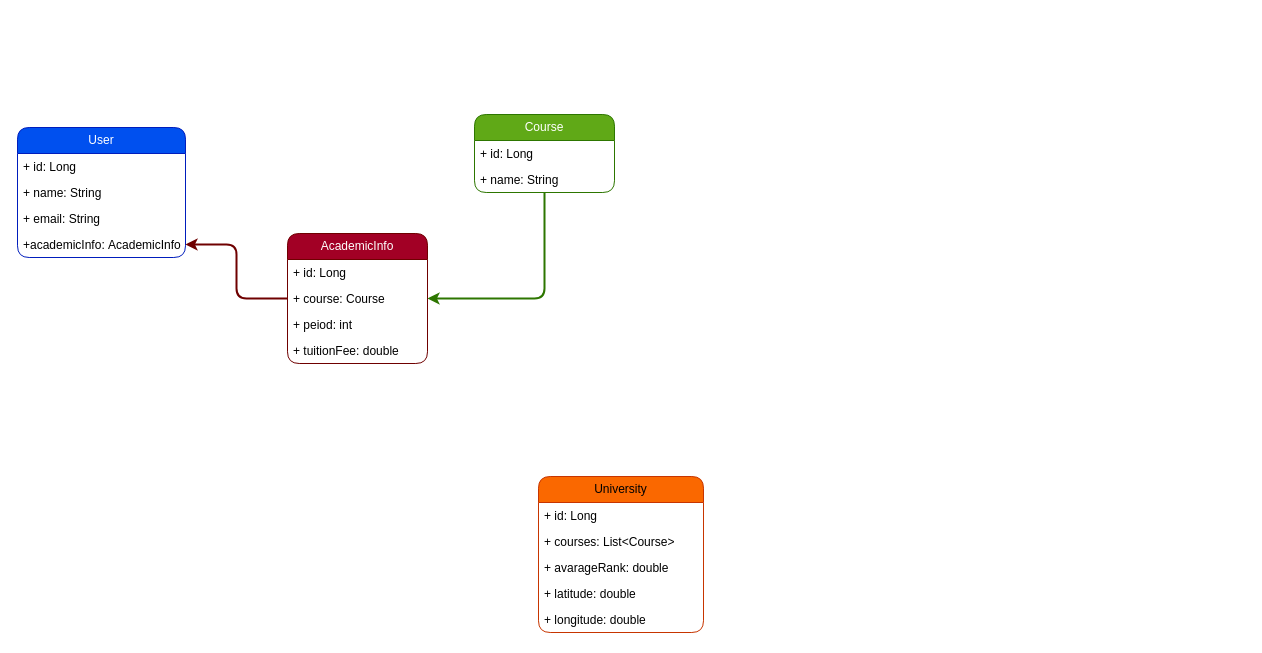
This is EntityDiagram.drawio from RayCoWYDEN/rayco-docs, a draw.io file, before an edit. Source tidied: cells renumbered, new cells numbered last; positions are measured from the earlier drawing's top-left corner, leaving out a move shared by most shapes. Both pictures are drawn from the tidied source at 100%, with x=0, y=0 at pixel (17, 114).
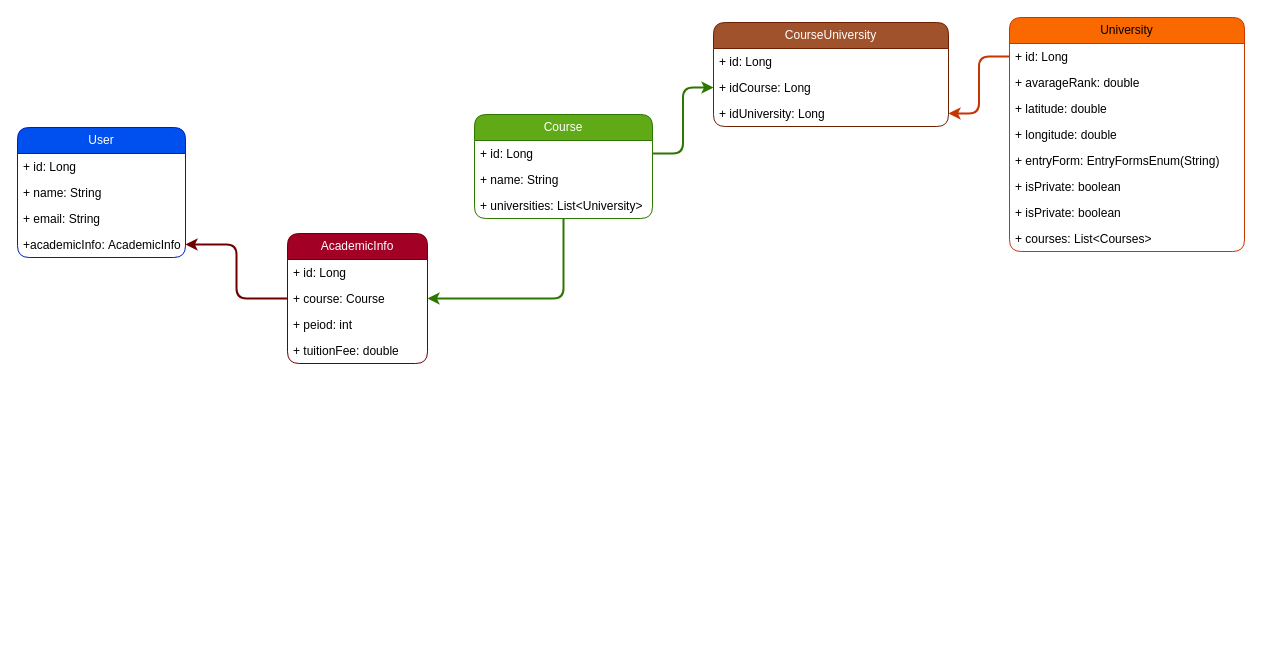
The same diagram, later.

Change to the diagram source:
```diff
@@
     <mxCell id="14" value="Course" style="swimlane;fontStyle=0;horizontal=1;startSize=26;fillColor=#60a917;whiteSpace=wrap;html=1;rounded=1;fontColor=#ffffff;strokeColor=#2D7600;" parent="1" vertex="1">
-      <mxGeometry x="457" width="140" height="78" as="geometry" />
+      <mxGeometry x="457" width="178" height="104" as="geometry" />
     </mxCell>
     <mxCell id="15" value="+ id: Long" style="text;strokeColor=none;fillColor=none;align=left;verticalAlign=top;spacingLeft=4;spacingRight=4;overflow=hidden;points=[[0,0.5],[1,0.5]];portConstraint=eastwest;whiteSpace=wrap;html=1;rounded=1;" parent="14" vertex="1">
-      <mxGeometry y="26" width="140" height="26" as="geometry" />
+      <mxGeometry y="26" width="178" height="26" as="geometry" />
     </mxCell>
     <mxCell id="16" value="+ name: String" style="text;strokeColor=none;fillColor=none;align=left;verticalAlign=top;spacingLeft=4;spacingRight=4;overflow=hidden;whiteSpace=wrap;html=1;rounded=1;" parent="14" vertex="1">
-      <mxGeometry y="52" width="140" height="26" as="geometry" />
+      <mxGeometry y="52" width="178" height="26" as="geometry" />
     </mxCell>
+    <mxCell id="23" value="+ universities: List&amp;lt;University&amp;gt;" style="text;strokeColor=none;fillColor=none;align=left;verticalAlign=top;spacingLeft=4;spacingRight=4;overflow=hidden;whiteSpace=wrap;html=1;rounded=1;" parent="14" vertex="1">
+      <mxGeometry y="78" width="178" height="26" as="geometry" />
+    </mxCell>
     <mxCell id="17" value="University" style="swimlane;fontStyle=0;horizontal=1;startSize=26;fillColor=#fa6800;whiteSpace=wrap;html=1;rounded=1;strokeColor=#C73500;fontColor=#000000;" parent="1" vertex="1">
-      <mxGeometry x="521" y="362" width="165" height="156" as="geometry" />
+      <mxGeometry x="992" y="-97" width="235" height="234" as="geometry" />
     </mxCell>
     <mxCell id="18" value="+ id: Long" style="text;strokeColor=none;fillColor=none;align=left;verticalAlign=top;spacingLeft=4;spacingRight=4;overflow=hidden;points=[[0,0.5],[1,0.5]];portConstraint=eastwest;whiteSpace=wrap;html=1;rounded=1;" parent="17" vertex="1">
-      <mxGeometry y="26" width="165" height="26" as="geometry" />
+      <mxGeometry y="26" width="235" height="26" as="geometry" />
     </mxCell>
-    <mxCell id="19" value="+ courses: List&amp;lt;Course&amp;gt;" style="text;strokeColor=none;fillColor=none;align=left;verticalAlign=top;spacingLeft=4;spacingRight=4;overflow=hidden;whiteSpace=wrap;html=1;rounded=1;" parent="17" vertex="1">
-      <mxGeometry y="52" width="165" height="26" as="geometry" />
-    </mxCell>
     <mxCell id="20" value="+ avarageRank: double" style="text;strokeColor=none;fillColor=none;align=left;verticalAlign=top;spacingLeft=4;spacingRight=4;overflow=hidden;whiteSpace=wrap;html=1;rounded=1;" parent="17" vertex="1">
-      <mxGeometry y="78" width="165" height="26" as="geometry" />
+      <mxGeometry y="52" width="235" height="26" as="geometry" />
     </mxCell>
     <mxCell id="21" value="+ latitude: double" style="text;strokeColor=none;fillColor=none;align=left;verticalAlign=top;spacingLeft=4;spacingRight=4;overflow=hidden;whiteSpace=wrap;html=1;rounded=1;" parent="17" vertex="1">
-      <mxGeometry y="104" width="165" height="26" as="geometry" />
+      <mxGeometry y="78" width="235" height="26" as="geometry" />
     </mxCell>
     <mxCell id="22" value="+ longitude: double" style="text;strokeColor=none;fillColor=none;align=left;verticalAlign=top;spacingLeft=4;spacingRight=4;overflow=hidden;whiteSpace=wrap;html=1;rounded=1;" parent="17" vertex="1">
-      <mxGeometry y="130" width="165" height="26" as="geometry" />
+      <mxGeometry y="104" width="235" height="26" as="geometry" />
     </mxCell>
+    <mxCell id="24" value="+ entryForm: EntryFormsEnum(String)" style="text;strokeColor=none;fillColor=none;align=left;verticalAlign=top;spacingLeft=4;spacingRight=4;overflow=hidden;whiteSpace=wrap;html=1;rounded=1;" parent="17" vertex="1">
+      <mxGeometry y="130" width="235" height="26" as="geometry" />
+    </mxCell>
+    <mxCell id="25" value="+ isPrivate: boolean" style="text;strokeColor=none;fillColor=none;align=left;verticalAlign=top;spacingLeft=4;spacingRight=4;overflow=hidden;whiteSpace=wrap;html=1;rounded=1;" parent="17" vertex="1">
+      <mxGeometry y="156" width="235" height="26" as="geometry" />
+    </mxCell>
+    <mxCell id="26" value="+ isPrivate: boolean" style="text;strokeColor=none;fillColor=none;align=left;verticalAlign=top;spacingLeft=4;spacingRight=4;overflow=hidden;whiteSpace=wrap;html=1;rounded=1;" parent="17" vertex="1">
+      <mxGeometry y="182" width="235" height="26" as="geometry" />
+    </mxCell>
+    <mxCell id="27" value="+ courses: List&amp;lt;Courses&amp;gt;" style="text;strokeColor=none;fillColor=none;align=left;verticalAlign=top;spacingLeft=4;spacingRight=4;overflow=hidden;whiteSpace=wrap;html=1;rounded=1;" parent="17" vertex="1">
+      <mxGeometry y="208" width="235" height="26" as="geometry" />
+    </mxCell>
+    <mxCell id="28" value="CourseUniversity" style="swimlane;fontStyle=0;horizontal=1;startSize=26;fillColor=#a0522d;whiteSpace=wrap;html=1;rounded=1;strokeColor=#6D1F00;fontColor=#ffffff;" parent="1" vertex="1">
+      <mxGeometry x="696" y="-92" width="235" height="104" as="geometry" />
+    </mxCell>
+    <mxCell id="29" value="+ id: Long" style="text;strokeColor=none;fillColor=none;align=left;verticalAlign=top;spacingLeft=4;spacingRight=4;overflow=hidden;whiteSpace=wrap;html=1;rounded=1;" parent="28" vertex="1">
+      <mxGeometry y="26" width="235" height="26" as="geometry" />
+    </mxCell>
+    <mxCell id="30" value="+ idCourse: Long" style="text;strokeColor=none;fillColor=none;align=left;verticalAlign=top;spacingLeft=4;spacingRight=4;overflow=hidden;points=[[0,0.5],[1,0.5]];portConstraint=eastwest;whiteSpace=wrap;html=1;rounded=1;" parent="28" vertex="1">
+      <mxGeometry y="52" width="235" height="26" as="geometry" />
+    </mxCell>
+    <mxCell id="31" value="+ idUniversity: Long" style="text;strokeColor=none;fillColor=none;align=left;verticalAlign=top;spacingLeft=4;spacingRight=4;overflow=hidden;points=[[0,0.5],[1,0.5]];portConstraint=eastwest;whiteSpace=wrap;html=1;rounded=1;" parent="28" vertex="1">
+      <mxGeometry y="78" width="235" height="26" as="geometry" />
+    </mxCell>
+    <mxCell id="32" style="edgeStyle=orthogonalEdgeStyle;rounded=1;jettySize=auto;html=1;entryX=0;entryY=0.5;entryDx=0;entryDy=0;curved=0;exitX=1;exitY=0.5;exitDx=0;exitDy=0;fillColor=#60a917;strokeColor=#2D7600;strokeWidth=2;" parent="1" edge="1" source="15" target="30">
+      <mxGeometry relative="1" as="geometry" />
+    </mxCell>
+    <mxCell id="33" style="edgeStyle=orthogonalEdgeStyle;rounded=1;jettySize=auto;html=1;exitX=0;exitY=0.5;exitDx=0;exitDy=0;curved=0;fillColor=#fa6800;strokeColor=#C73500;strokeWidth=2;" parent="1" edge="1" source="18" target="31">
+      <mxGeometry relative="1" as="geometry" />
+    </mxCell>
```
